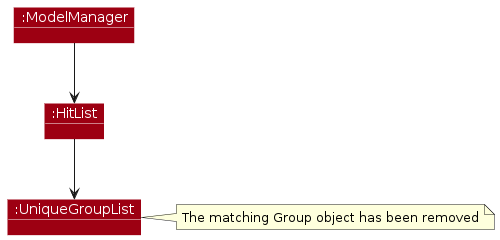
The PlantUML diagram diagrams/delete-group/GroupDeletePostExecution.png in AY2526S2-CS2103T-W11-2/tp, before a commit. Its source is kept beside it as diagrams/delete-group/GroupDeletePostExecution.puml.
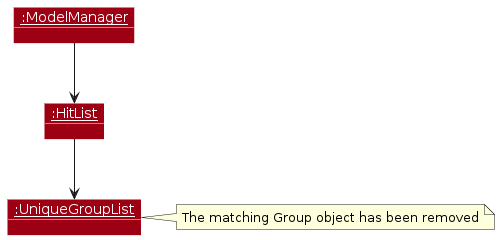
After the commit.

What changed in the source:
```diff
@@ -10,9 +10,9 @@
 show objects
 show members
 
-object ":ModelManager" as ModelManager MODEL_COLOR
-object ":HitList" as HitList MODEL_COLOR
-object ":UniqueGroupList" as UniqueGroupList MODEL_COLOR
+object "<u>:ModelManager</u>" as ModelManager MODEL_COLOR
+object "<u>:HitList</u>" as HitList MODEL_COLOR
+object "<u>:UniqueGroupList</u>" as UniqueGroupList MODEL_COLOR
 
 ModelManager --> HitList
 HitList --> UniqueGroupList
```
